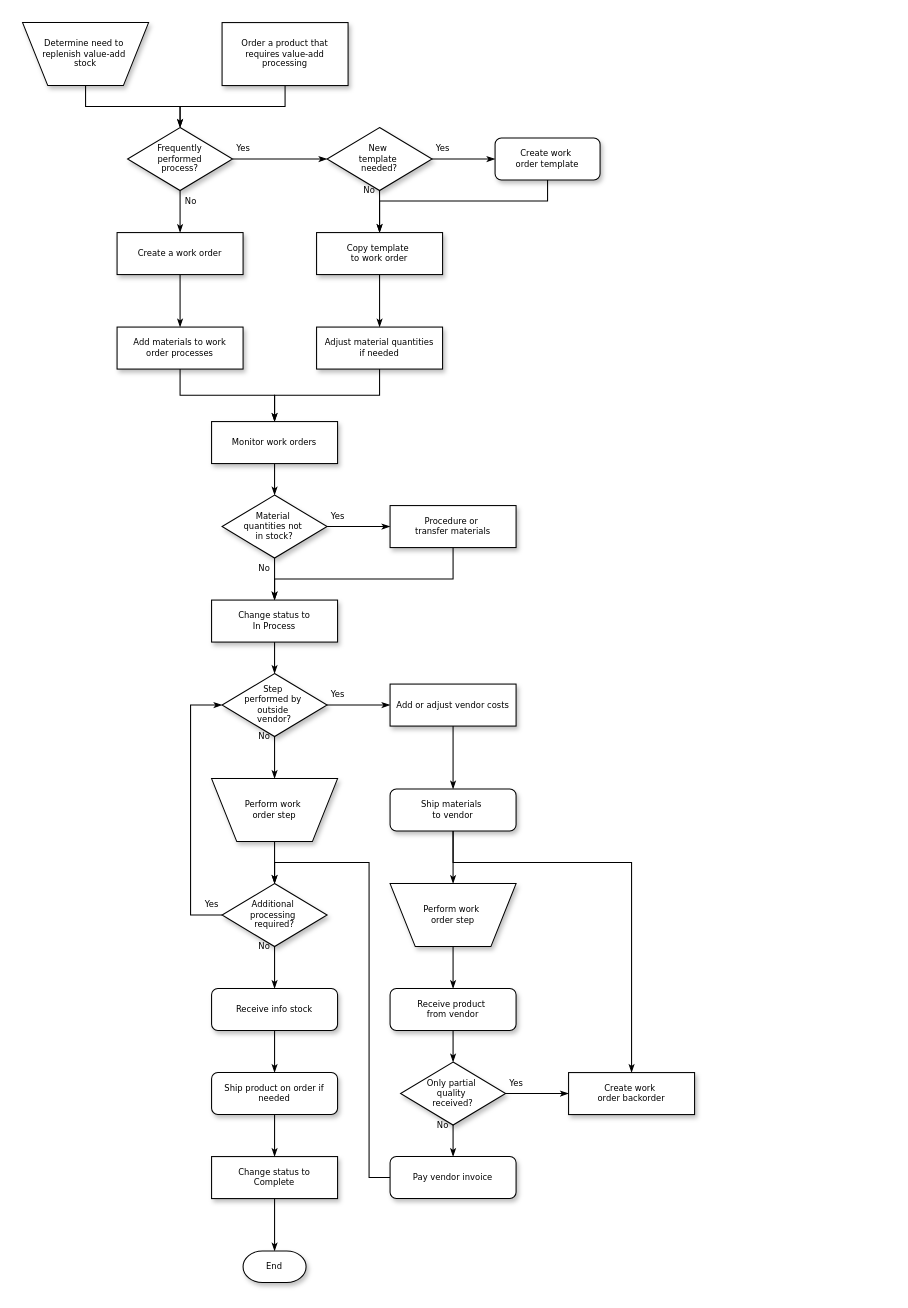
The draw.io diagram blog/제목 없는 다이어그램.drawio in 23enje/draw.io, before the edit. Source tidied: cells renumbered, new cells numbered last; positions are measured from the earlier drawing's top-left corner, leaving out a move shared by most shapes. Both pictures are drawn from the tidied source at 105%, with x=0, y=0 at pixel (22, 22).
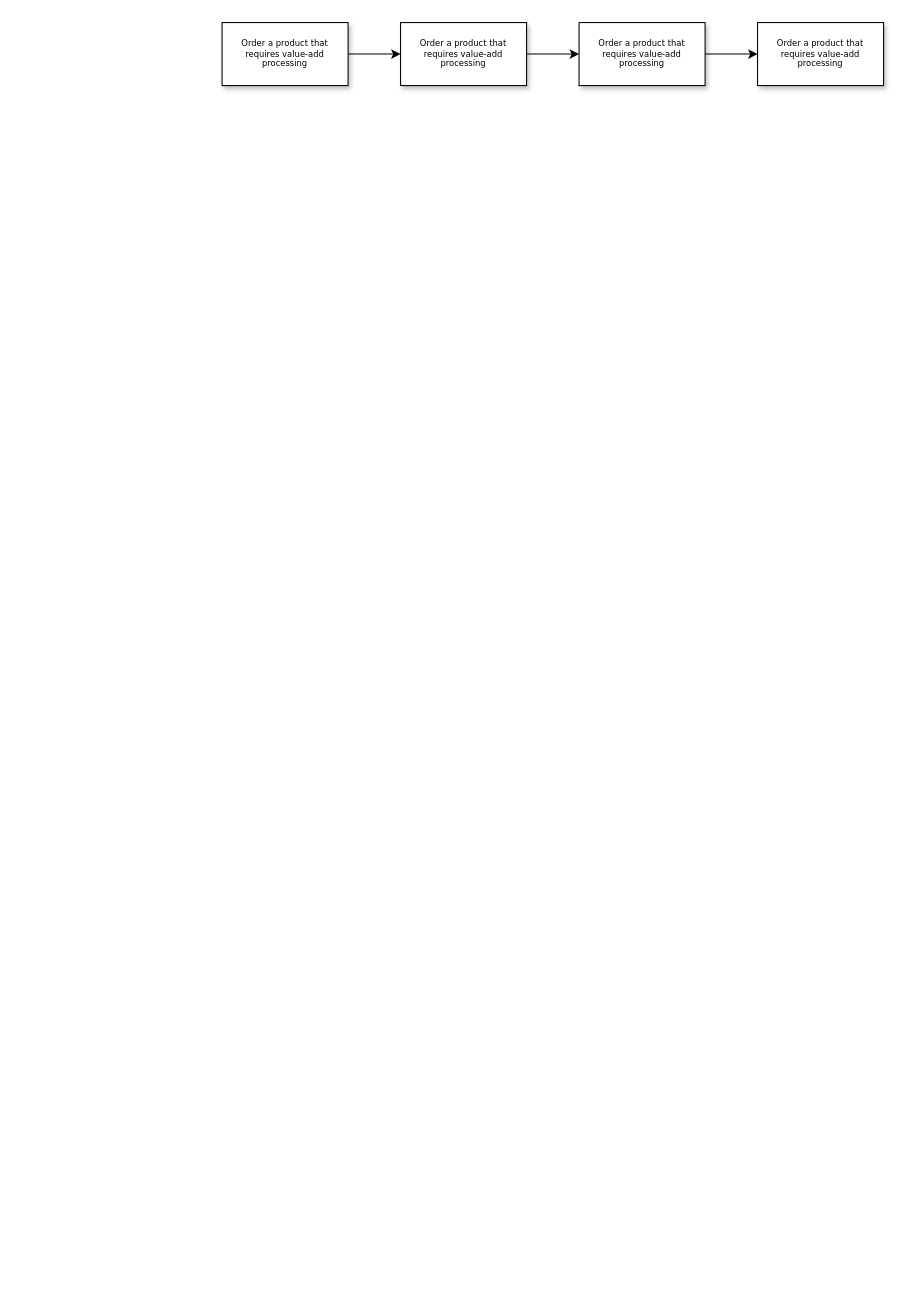
The same diagram, later.

Unchanged cells that the change refers to:
```xml
<mxCell id="5" value="Order a product that&lt;div&gt;requires value-add processing&lt;/div&gt;" style="rounded=0;whiteSpace=wrap;html=1;shadow=1;labelBackgroundColor=none;strokeWidth=1;fontFamily=Verdana;fontSize=8;align=center;" parent="1" vertex="1">
  <mxGeometry x="190" width="120" height="60" as="geometry" />
</mxCell>
```

Change to the diagram source:
```diff
@@
-    <mxCell id="2" style="edgeStyle=orthogonalEdgeStyle;rounded=0;html=1;labelBackgroundColor=none;startSize=5;endArrow=classicThin;endFill=1;endSize=5;jettySize=auto;strokeWidth=1;fontFamily=Verdana;fontSize=8;" parent="1" edge="1" source="3" target="8">
-      <mxGeometry relative="1" as="geometry" />
-    </mxCell>
-    <mxCell id="3" value="Determine need to&amp;nbsp;&lt;div&gt;replenish value-add&amp;nbsp;&lt;/div&gt;&lt;div&gt;stock&lt;/div&gt;" style="shape=trapezoid;whiteSpace=wrap;html=1;rounded=0;shadow=1;labelBackgroundColor=none;strokeWidth=1;fontFamily=Verdana;fontSize=8;align=center;flipV=1;" parent="1" vertex="1">
-      <mxGeometry width="120" height="60" as="geometry" />
-    </mxCell>
-    <mxCell id="4" style="edgeStyle=orthogonalEdgeStyle;rounded=0;html=1;labelBackgroundColor=none;startSize=5;endArrow=classicThin;endFill=1;endSize=5;jettySize=auto;strokeWidth=1;fontFamily=Verdana;fontSize=8;" parent="1" edge="1" source="5" target="8">
-      <mxGeometry relative="1" as="geometry" />
-    </mxCell>
+    <mxCell id="61" style="edgeStyle=orthogonalEdgeStyle;rounded=0;jettySize=auto;html=1;" parent="1" edge="1" source="5" target="63">
+      <mxGeometry relative="1" as="geometry" />
+    </mxCell>
@@
-    <mxCell id="6" value="Yes" style="edgeStyle=orthogonalEdgeStyle;rounded=0;html=1;labelBackgroundColor=none;startSize=5;endArrow=classicThin;endFill=1;endSize=5;jettySize=auto;strokeWidth=1;fontFamily=Verdana;fontSize=8;" parent="1" edge="1" source="8" target="11">
-      <mxGeometry x="-0.78" y="10" relative="1" as="geometry" />
-    </mxCell>
-    <mxCell id="7" value="No" style="edgeStyle=orthogonalEdgeStyle;rounded=0;html=1;labelBackgroundColor=none;startSize=5;endArrow=classicThin;endFill=1;endSize=5;jettySize=auto;strokeWidth=1;fontFamily=Verdana;fontSize=8;" parent="1" edge="1" source="8" target="15">
-      <mxGeometry x="-0.5" y="10" relative="1" as="geometry" />
-    </mxCell>
-    <mxCell id="8" value="Frequently&lt;div&gt;performed&lt;/div&gt;&lt;div&gt;process?&lt;/div&gt;" style="rhombus;whiteSpace=wrap;html=1;rounded=0;shadow=1;labelBackgroundColor=none;strokeWidth=1;fontFamily=Verdana;fontSize=8;align=center;" parent="1" vertex="1">
-      <mxGeometry x="100" y="100" width="100" height="60" as="geometry" />
-    </mxCell>
-    <mxCell id="9" value="Yes" style="edgeStyle=orthogonalEdgeStyle;rounded=0;html=1;labelBackgroundColor=none;startSize=5;endArrow=classicThin;endFill=1;endSize=5;jettySize=auto;strokeWidth=1;fontFamily=Verdana;fontSize=8;" parent="1" edge="1" source="11" target="13">
-      <mxGeometry x="-0.67" y="10" relative="1" as="geometry" />
-    </mxCell>
-    <mxCell id="10" value="No" style="edgeStyle=orthogonalEdgeStyle;rounded=0;html=1;labelBackgroundColor=none;startSize=5;endArrow=classicThin;endFill=1;endSize=5;jettySize=auto;strokeWidth=1;fontFamily=Verdana;fontSize=8;" parent="1" edge="1" source="11" target="17">
-      <mxGeometry x="-1" y="-10" relative="1" as="geometry" />
-    </mxCell>
-    <mxCell id="11" value="New&amp;nbsp;&lt;div&gt;template&amp;nbsp;&lt;/div&gt;&lt;div&gt;needed?&lt;/div&gt;" style="rhombus;whiteSpace=wrap;html=1;rounded=0;shadow=1;labelBackgroundColor=none;strokeWidth=1;fontFamily=Verdana;fontSize=8;align=center;" parent="1" vertex="1">
-      <mxGeometry x="290" y="100" width="100" height="60" as="geometry" />
-    </mxCell>
-    <mxCell id="12" style="edgeStyle=orthogonalEdgeStyle;rounded=0;html=1;labelBackgroundColor=none;startSize=5;endArrow=classicThin;endFill=1;endSize=5;jettySize=auto;strokeWidth=1;fontFamily=Verdana;fontSize=8;" parent="1" edge="1" source="13" target="17">
-      <mxGeometry relative="1" as="geometry">
-        <Array as="points">
-          <mxPoint x="500" y="170" />
-          <mxPoint x="340" y="170" />
-        </Array>
-      </mxGeometry>
-    </mxCell>
-    <mxCell id="13" value="Create work&amp;nbsp;&lt;div&gt;order template&lt;/div&gt;" style="rounded=1;whiteSpace=wrap;html=1;shadow=1;labelBackgroundColor=none;strokeWidth=1;fontFamily=Verdana;fontSize=8;align=center;" parent="1" vertex="1">
-      <mxGeometry x="450" y="110" width="100" height="40" as="geometry" />
-    </mxCell>
-    <mxCell id="14" style="edgeStyle=orthogonalEdgeStyle;rounded=0;html=1;labelBackgroundColor=none;startSize=5;endArrow=classicThin;endFill=1;endSize=5;jettySize=auto;strokeWidth=1;fontFamily=Verdana;fontSize=8;" parent="1" edge="1" source="15" target="19">
-      <mxGeometry relative="1" as="geometry" />
-    </mxCell>
-    <mxCell id="15" value="Create a work order" style="whiteSpace=wrap;html=1;rounded=0;shadow=1;labelBackgroundColor=none;strokeWidth=1;fontFamily=Verdana;fontSize=8;align=center;" parent="1" vertex="1">
-      <mxGeometry x="90" y="200" width="120" height="40" as="geometry" />
-    </mxCell>
-    <mxCell id="16" style="edgeStyle=orthogonalEdgeStyle;rounded=0;html=1;labelBackgroundColor=none;startSize=5;endArrow=classicThin;endFill=1;endSize=5;jettySize=auto;strokeWidth=1;fontFamily=Verdana;fontSize=8;" parent="1" edge="1" source="17" target="21">
-      <mxGeometry relative="1" as="geometry" />
-    </mxCell>
-    <mxCell id="17" value="Copy template&amp;nbsp;&lt;div&gt;to work order&lt;/div&gt;" style="whiteSpace=wrap;html=1;rounded=0;shadow=1;labelBackgroundColor=none;strokeWidth=1;fontFamily=Verdana;fontSize=8;align=center;" parent="1" vertex="1">
-      <mxGeometry x="280" y="200" width="120" height="40" as="geometry" />
-    </mxCell>
-    <mxCell id="18" style="edgeStyle=orthogonalEdgeStyle;rounded=0;html=1;labelBackgroundColor=none;startSize=5;endArrow=classicThin;endFill=1;endSize=5;jettySize=auto;strokeWidth=1;fontFamily=Verdana;fontSize=8;" parent="1" edge="1" source="19" target="23">
-      <mxGeometry relative="1" as="geometry" />
-    </mxCell>
-    <mxCell id="19" value="Add materials to work order processes" style="whiteSpace=wrap;html=1;rounded=0;shadow=1;labelBackgroundColor=none;strokeWidth=1;fontFamily=Verdana;fontSize=8;align=center;spacing=6;" parent="1" vertex="1">
-      <mxGeometry x="90" y="290" width="120" height="40" as="geometry" />
-    </mxCell>
-    <mxCell id="20" style="edgeStyle=orthogonalEdgeStyle;rounded=0;html=1;labelBackgroundColor=none;startSize=5;endArrow=classicThin;endFill=1;endSize=5;jettySize=auto;strokeWidth=1;fontFamily=Verdana;fontSize=8;" parent="1" edge="1" source="21" target="23">
-      <mxGeometry relative="1" as="geometry" />
-    </mxCell>
-    <mxCell id="21" value="Adjust material quantities if needed" style="whiteSpace=wrap;html=1;rounded=0;shadow=1;labelBackgroundColor=none;strokeWidth=1;fontFamily=Verdana;fontSize=8;align=center;spacing=6;" parent="1" vertex="1">
-      <mxGeometry x="280" y="290" width="120" height="40" as="geometry" />
-    </mxCell>
-    <mxCell id="22" style="edgeStyle=orthogonalEdgeStyle;rounded=0;html=1;labelBackgroundColor=none;startSize=5;endArrow=classicThin;endFill=1;endSize=5;jettySize=auto;strokeWidth=1;fontFamily=Verdana;fontSize=8;" parent="1" edge="1" source="23" target="26">
-      <mxGeometry relative="1" as="geometry" />
-    </mxCell>
-    <mxCell id="23" value="Monitor work orders" style="whiteSpace=wrap;html=1;rounded=0;shadow=1;labelBackgroundColor=none;strokeWidth=1;fontFamily=Verdana;fontSize=8;align=center;" parent="1" vertex="1">
-      <mxGeometry x="180" y="380" width="120" height="40" as="geometry" />
-    </mxCell>
-    <mxCell id="24" value="Yes" style="edgeStyle=orthogonalEdgeStyle;rounded=0;html=1;labelBackgroundColor=none;startSize=5;endArrow=classicThin;endFill=1;endSize=5;jettySize=auto;strokeWidth=1;fontFamily=Verdana;fontSize=8;" parent="1" edge="1" source="26" target="28">
-      <mxGeometry x="-0.67" y="10" relative="1" as="geometry" />
-    </mxCell>
-    <mxCell id="25" value="No" style="edgeStyle=orthogonalEdgeStyle;rounded=0;html=1;labelBackgroundColor=none;startSize=5;endArrow=classicThin;endFill=1;endSize=5;jettySize=auto;strokeWidth=1;fontFamily=Verdana;fontSize=8;" parent="1" edge="1" source="26" target="30">
-      <mxGeometry x="-0.5" y="-10" relative="1" as="geometry" />
-    </mxCell>
-    <mxCell id="26" value="Material&amp;nbsp;&lt;div&gt;quantities not&amp;nbsp;&lt;/div&gt;&lt;div&gt;in stock?&lt;/div&gt;" style="rhombus;whiteSpace=wrap;html=1;rounded=0;shadow=1;labelBackgroundColor=none;strokeWidth=1;fontFamily=Verdana;fontSize=8;align=center;" parent="1" vertex="1">
-      <mxGeometry x="190" y="450" width="100" height="60" as="geometry" />
-    </mxCell>
-    <mxCell id="27" style="edgeStyle=orthogonalEdgeStyle;rounded=0;html=1;labelBackgroundColor=none;startSize=5;endArrow=classicThin;endFill=1;endSize=5;jettySize=auto;strokeWidth=1;fontFamily=Verdana;fontSize=8;" parent="1" edge="1" source="28" target="30">
-      <mxGeometry relative="1" as="geometry">
-        <Array as="points">
-          <mxPoint x="410" y="530" />
-          <mxPoint x="240" y="530" />
-        </Array>
-      </mxGeometry>
-    </mxCell>
-    <mxCell id="28" value="Procedure or&amp;nbsp;&lt;div&gt;transfer materials&lt;/div&gt;" style="whiteSpace=wrap;html=1;rounded=0;shadow=1;labelBackgroundColor=none;strokeWidth=1;fontFamily=Verdana;fontSize=8;align=center;" parent="1" vertex="1">
-      <mxGeometry x="350" y="460" width="120" height="40" as="geometry" />
-    </mxCell>
-    <mxCell id="29" style="edgeStyle=orthogonalEdgeStyle;rounded=0;html=1;labelBackgroundColor=none;startSize=5;endArrow=classicThin;endFill=1;endSize=5;jettySize=auto;strokeWidth=1;fontFamily=Verdana;fontSize=8;" parent="1" edge="1" source="30" target="33">
-      <mxGeometry relative="1" as="geometry" />
-    </mxCell>
-    <mxCell id="30" value="Change status to&lt;div&gt;In Process&lt;/div&gt;" style="whiteSpace=wrap;html=1;rounded=0;shadow=1;labelBackgroundColor=none;strokeWidth=1;fontFamily=Verdana;fontSize=8;align=center;" parent="1" vertex="1">
-      <mxGeometry x="180" y="550" width="120" height="40" as="geometry" />
-    </mxCell>
-    <mxCell id="31" value="Yes" style="edgeStyle=orthogonalEdgeStyle;rounded=0;html=1;labelBackgroundColor=none;startSize=5;endArrow=classicThin;endFill=1;endSize=5;jettySize=auto;strokeWidth=1;fontFamily=Verdana;fontSize=8;" parent="1" edge="1" source="33" target="35">
-      <mxGeometry x="-0.67" y="10" relative="1" as="geometry" />
-    </mxCell>
-    <mxCell id="32" value="No" style="edgeStyle=orthogonalEdgeStyle;rounded=0;html=1;labelBackgroundColor=none;startSize=5;endArrow=classicThin;endFill=1;endSize=5;jettySize=auto;strokeWidth=1;fontFamily=Verdana;fontSize=8;" parent="1" edge="1" source="33" target="37">
-      <mxGeometry x="-1" y="-10" relative="1" as="geometry" />
-    </mxCell>
-    <mxCell id="33" value="Step&amp;nbsp;&lt;div&gt;performed by&amp;nbsp;&lt;/div&gt;&lt;div&gt;outside&amp;nbsp;&lt;/div&gt;&lt;div&gt;vendor?&lt;/div&gt;" style="rhombus;whiteSpace=wrap;html=1;rounded=0;shadow=1;labelBackgroundColor=none;strokeWidth=1;fontFamily=Verdana;fontSize=8;align=center;" parent="1" vertex="1">
-      <mxGeometry x="190" y="620" width="100" height="60" as="geometry" />
-    </mxCell>
-    <mxCell id="34" style="edgeStyle=orthogonalEdgeStyle;rounded=0;html=1;labelBackgroundColor=none;startSize=5;endArrow=classicThin;endFill=1;endSize=5;jettySize=auto;strokeWidth=1;fontFamily=Verdana;fontSize=8;" parent="1" edge="1" source="35" target="40">
-      <mxGeometry relative="1" as="geometry" />
-    </mxCell>
-    <mxCell id="35" value="Add or adjust vendor costs" style="whiteSpace=wrap;html=1;rounded=0;shadow=1;labelBackgroundColor=none;strokeWidth=1;fontFamily=Verdana;fontSize=8;align=center;" parent="1" vertex="1">
-      <mxGeometry x="350" y="630" width="120" height="40" as="geometry" />
-    </mxCell>
-    <mxCell id="36" style="edgeStyle=orthogonalEdgeStyle;rounded=0;html=1;labelBackgroundColor=none;startSize=5;endArrow=classicThin;endFill=1;endSize=5;jettySize=auto;strokeWidth=1;fontFamily=Verdana;fontSize=8;" parent="1" edge="1" source="37" target="43">
-      <mxGeometry relative="1" as="geometry" />
-    </mxCell>
-    <mxCell id="37" value="Perform work&amp;nbsp;&lt;div&gt;order step&lt;/div&gt;" style="shape=trapezoid;whiteSpace=wrap;html=1;rounded=0;shadow=1;labelBackgroundColor=none;strokeWidth=1;fontFamily=Verdana;fontSize=8;align=center;flipV=1;" parent="1" vertex="1">
-      <mxGeometry x="180" y="720" width="120" height="60" as="geometry" />
-    </mxCell>
-    <mxCell id="38" style="edgeStyle=orthogonalEdgeStyle;rounded=0;html=1;labelBackgroundColor=none;startSize=5;endArrow=classicThin;endFill=1;endSize=5;jettySize=auto;strokeWidth=1;fontFamily=Verdana;fontSize=8;" parent="1" edge="1" source="40" target="45">
-      <mxGeometry relative="1" as="geometry" />
-    </mxCell>
-    <mxCell id="39" style="edgeStyle=orthogonalEdgeStyle;rounded=0;html=1;labelBackgroundColor=none;startSize=5;endArrow=classicThin;endFill=1;endSize=5;jettySize=auto;strokeWidth=1;fontFamily=Verdana;fontSize=8;" parent="1" edge="1" source="40" target="55">
-      <mxGeometry relative="1" as="geometry">
-        <Array as="points">
-          <mxPoint x="410" y="800" />
-          <mxPoint x="580" y="800" />
-        </Array>
-      </mxGeometry>
-    </mxCell>
-    <mxCell id="40" value="Ship materials&amp;nbsp;&lt;div&gt;to vendor&lt;/div&gt;" style="rounded=1;whiteSpace=wrap;html=1;shadow=1;labelBackgroundColor=none;strokeWidth=1;fontFamily=Verdana;fontSize=8;align=center;" parent="1" vertex="1">
-      <mxGeometry x="350" y="730" width="120" height="40" as="geometry" />
-    </mxCell>
-    <mxCell id="41" value="Yes" style="edgeStyle=orthogonalEdgeStyle;rounded=0;html=1;labelBackgroundColor=none;startSize=5;endArrow=classicThin;endFill=1;endSize=5;jettySize=auto;strokeWidth=1;fontFamily=Verdana;fontSize=8;" parent="1" edge="1" source="43" target="33">
-      <mxGeometry x="-0.69" y="-20" relative="1" as="geometry">
-        <Array as="points">
-          <mxPoint x="160" y="850" />
-          <mxPoint x="160" y="650" />
-        </Array>
-      </mxGeometry>
-    </mxCell>
-    <mxCell id="42" value="No" style="edgeStyle=orthogonalEdgeStyle;rounded=0;html=1;labelBackgroundColor=none;startSize=5;endArrow=classicThin;endFill=1;endSize=5;jettySize=auto;strokeWidth=1;fontFamily=Verdana;fontSize=8;" parent="1" edge="1" source="43" target="47">
-      <mxGeometry x="-1" y="-10" relative="1" as="geometry" />
-    </mxCell>
-    <mxCell id="43" value="Additional&amp;nbsp;&lt;div&gt;processing&amp;nbsp;&lt;/div&gt;&lt;div&gt;required?&lt;/div&gt;" style="rhombus;whiteSpace=wrap;html=1;rounded=0;shadow=1;labelBackgroundColor=none;strokeWidth=1;fontFamily=Verdana;fontSize=8;align=center;" parent="1" vertex="1">
-      <mxGeometry x="190" y="820" width="100" height="60" as="geometry" />
-    </mxCell>
-    <mxCell id="44" style="edgeStyle=orthogonalEdgeStyle;rounded=0;html=1;labelBackgroundColor=none;startSize=5;endArrow=classicThin;endFill=1;endSize=5;jettySize=auto;strokeWidth=1;fontFamily=Verdana;fontSize=8;" parent="1" edge="1" source="45" target="49">
-      <mxGeometry relative="1" as="geometry" />
-    </mxCell>
-    <mxCell id="45" value="Perform work&amp;nbsp;&lt;div&gt;order step&lt;/div&gt;" style="shape=trapezoid;whiteSpace=wrap;html=1;rounded=0;shadow=1;labelBackgroundColor=none;strokeWidth=1;fontFamily=Verdana;fontSize=8;align=center;flipV=1;" parent="1" vertex="1">
-      <mxGeometry x="350" y="820" width="120" height="60" as="geometry" />
-    </mxCell>
-    <mxCell id="46" style="edgeStyle=orthogonalEdgeStyle;rounded=0;html=1;labelBackgroundColor=none;startSize=5;endArrow=classicThin;endFill=1;endSize=5;jettySize=auto;strokeWidth=1;fontFamily=Verdana;fontSize=8;" parent="1" edge="1" source="47" target="51">
-      <mxGeometry relative="1" as="geometry" />
-    </mxCell>
-    <mxCell id="47" value="Receive info stock" style="rounded=1;whiteSpace=wrap;html=1;shadow=1;labelBackgroundColor=none;strokeWidth=1;fontFamily=Verdana;fontSize=8;align=center;" parent="1" vertex="1">
-      <mxGeometry x="180" y="920" width="120" height="40" as="geometry" />
-    </mxCell>
-    <mxCell id="48" style="edgeStyle=orthogonalEdgeStyle;rounded=0;html=1;labelBackgroundColor=none;startSize=5;endArrow=classicThin;endFill=1;endSize=5;jettySize=auto;strokeWidth=1;fontFamily=Verdana;fontSize=8;" parent="1" edge="1" source="49" target="54">
-      <mxGeometry relative="1" as="geometry" />
-    </mxCell>
-    <mxCell id="49" value="Receive product&amp;nbsp;&lt;div&gt;from vendor&lt;/div&gt;" style="rounded=1;whiteSpace=wrap;html=1;shadow=1;labelBackgroundColor=none;strokeWidth=1;fontFamily=Verdana;fontSize=8;align=center;" parent="1" vertex="1">
-      <mxGeometry x="350" y="920" width="120" height="40" as="geometry" />
-    </mxCell>
-    <mxCell id="50" style="edgeStyle=orthogonalEdgeStyle;rounded=0;html=1;labelBackgroundColor=none;startSize=5;endArrow=classicThin;endFill=1;endSize=5;jettySize=auto;strokeWidth=1;fontFamily=Verdana;fontSize=8;" parent="1" edge="1" source="51" target="57">
-      <mxGeometry relative="1" as="geometry" />
-    </mxCell>
-    <mxCell id="51" value="Ship product on order if needed" style="rounded=1;whiteSpace=wrap;html=1;shadow=1;labelBackgroundColor=none;strokeWidth=1;fontFamily=Verdana;fontSize=8;align=center;" parent="1" vertex="1">
-      <mxGeometry x="180" y="1000" width="120" height="40" as="geometry" />
-    </mxCell>
-    <mxCell id="52" value="No" style="edgeStyle=orthogonalEdgeStyle;rounded=0;html=1;labelBackgroundColor=none;startSize=5;endArrow=classicThin;endFill=1;endSize=5;jettySize=auto;strokeWidth=1;fontFamily=Verdana;fontSize=8;" parent="1" edge="1" source="54" target="59">
-      <mxGeometry x="0.2" y="14" relative="1" as="geometry">
-        <mxPoint x="-24" y="-10" as="offset" />
-      </mxGeometry>
-    </mxCell>
-    <mxCell id="53" value="Yes" style="edgeStyle=orthogonalEdgeStyle;rounded=0;html=1;labelBackgroundColor=none;startSize=5;endArrow=classicThin;endFill=1;endSize=5;jettySize=auto;strokeWidth=1;fontFamily=Verdana;fontSize=8;" parent="1" edge="1" source="54" target="55">
-      <mxGeometry x="-0.67" y="10" relative="1" as="geometry" />
-    </mxCell>
-    <mxCell id="54" value="Only partial&amp;nbsp;&lt;div&gt;quality&amp;nbsp;&lt;/div&gt;&lt;div&gt;received?&lt;/div&gt;" style="rhombus;whiteSpace=wrap;html=1;rounded=0;shadow=1;labelBackgroundColor=none;strokeWidth=1;fontFamily=Verdana;fontSize=8;align=center;" parent="1" vertex="1">
-      <mxGeometry x="360" y="990" width="100" height="60" as="geometry" />
-    </mxCell>
-    <mxCell id="55" value="Create work&amp;nbsp;&lt;div&gt;order backorder&lt;/div&gt;" style="whiteSpace=wrap;html=1;rounded=0;shadow=1;labelBackgroundColor=none;strokeWidth=1;fontFamily=Verdana;fontSize=8;align=center;" parent="1" vertex="1">
-      <mxGeometry x="520" y="1000" width="120" height="40" as="geometry" />
-    </mxCell>
-    <mxCell id="56" style="edgeStyle=orthogonalEdgeStyle;rounded=0;html=1;labelBackgroundColor=none;startSize=5;endArrow=classicThin;endFill=1;endSize=5;jettySize=auto;strokeWidth=1;fontFamily=Verdana;fontSize=8;" parent="1" edge="1" source="57" target="60">
-      <mxGeometry relative="1" as="geometry" />
-    </mxCell>
-    <mxCell id="57" value="Change status to&lt;div&gt;Complete&lt;/div&gt;" style="whiteSpace=wrap;html=1;rounded=0;shadow=1;labelBackgroundColor=none;strokeWidth=1;fontFamily=Verdana;fontSize=8;align=center;" parent="1" vertex="1">
-      <mxGeometry x="180" y="1080" width="120" height="40" as="geometry" />
-    </mxCell>
-    <mxCell id="58" style="edgeStyle=orthogonalEdgeStyle;rounded=0;html=1;labelBackgroundColor=none;startSize=5;endArrow=classicThin;endFill=1;endSize=5;jettySize=auto;strokeWidth=1;fontFamily=Verdana;fontSize=8;" parent="1" edge="1" source="59" target="43">
-      <mxGeometry relative="1" as="geometry">
-        <Array as="points">
-          <mxPoint x="330" y="1100" />
-          <mxPoint x="330" y="800" />
-          <mxPoint x="240" y="800" />
-        </Array>
-      </mxGeometry>
-    </mxCell>
-    <mxCell id="59" value="Pay vendor invoice" style="rounded=1;whiteSpace=wrap;html=1;shadow=1;labelBackgroundColor=none;strokeWidth=1;fontFamily=Verdana;fontSize=8;align=center;" parent="1" vertex="1">
-      <mxGeometry x="350" y="1080" width="120" height="40" as="geometry" />
-    </mxCell>
-    <mxCell id="60" value="End" style="strokeWidth=1;html=1;shape=mxgraph.flowchart.terminator;whiteSpace=wrap;rounded=0;shadow=1;labelBackgroundColor=none;fontFamily=Verdana;fontSize=8;align=center;" parent="1" vertex="1">
-      <mxGeometry x="210" y="1170" width="60" height="30" as="geometry" />
-    </mxCell>
+    <mxCell id="62" style="edgeStyle=orthogonalEdgeStyle;rounded=0;jettySize=auto;html=1;" parent="1" edge="1" source="63" target="65">
+      <mxGeometry relative="1" as="geometry" />
+    </mxCell>
+    <mxCell id="63" value="Order a product that&lt;div&gt;requires value-add processing&lt;/div&gt;" style="rounded=0;whiteSpace=wrap;html=1;shadow=1;labelBackgroundColor=none;strokeWidth=1;fontFamily=Verdana;fontSize=8;align=center;" parent="1" vertex="1">
+      <mxGeometry x="360" width="120" height="60" as="geometry" />
+    </mxCell>
+    <mxCell id="64" style="edgeStyle=orthogonalEdgeStyle;rounded=0;jettySize=auto;html=1;" parent="1" edge="1" source="65" target="66">
+      <mxGeometry relative="1" as="geometry" />
+    </mxCell>
+    <mxCell id="65" value="Order a product that&lt;div&gt;requires value-add processing&lt;/div&gt;" style="rounded=0;whiteSpace=wrap;html=1;shadow=1;labelBackgroundColor=none;strokeWidth=1;fontFamily=Verdana;fontSize=8;align=center;" parent="1" vertex="1">
+      <mxGeometry x="530" width="120" height="60" as="geometry" />
+    </mxCell>
+    <mxCell id="66" value="Order a product that&lt;div&gt;requires value-add processing&lt;/div&gt;" style="rounded=0;whiteSpace=wrap;html=1;shadow=1;labelBackgroundColor=none;strokeWidth=1;fontFamily=Verdana;fontSize=8;align=center;" parent="1" vertex="1">
+      <mxGeometry x="700" width="120" height="60" as="geometry" />
+    </mxCell>
```
